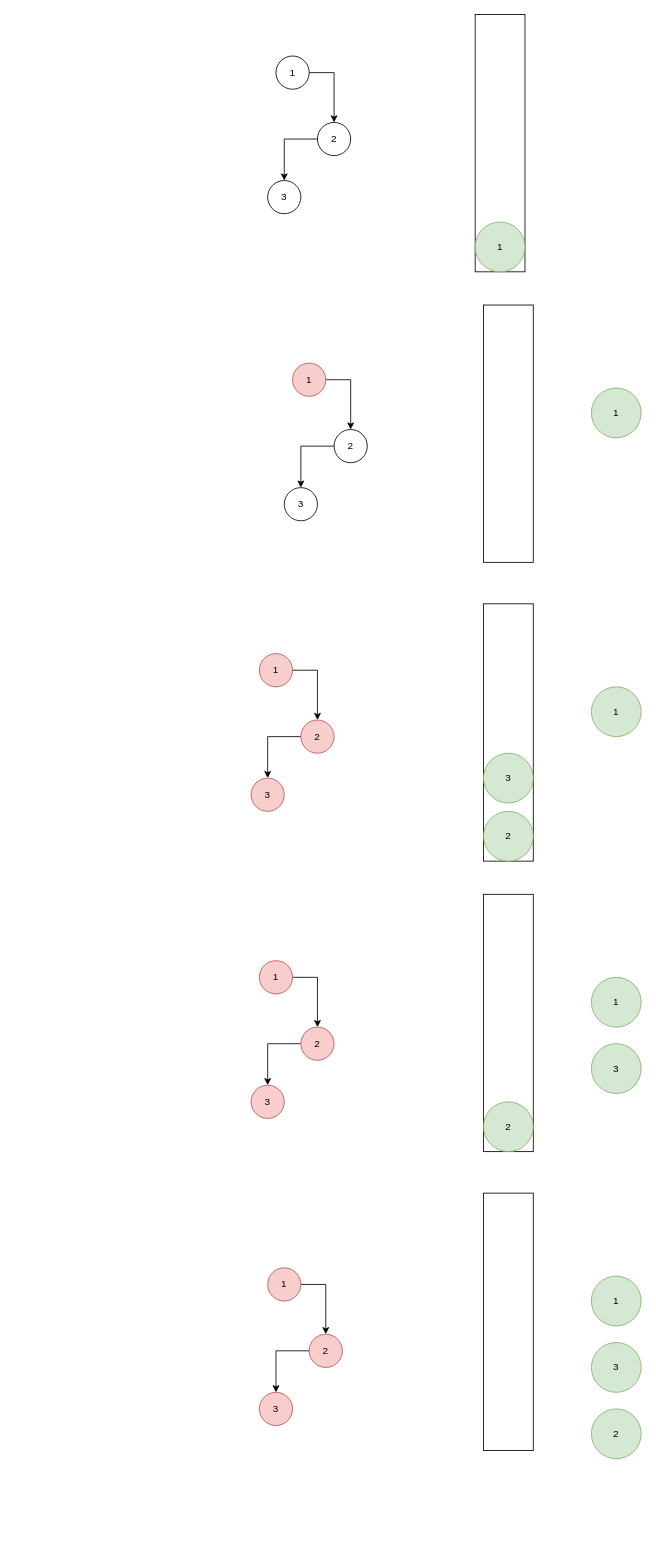
This is 二叉树的中序遍历 .drawio from xiaoguzuiniu/drawio, a draw.io file, before an edit. Source tidied: cells renumbered, new cells numbered last; positions are measured from the earlier drawing's top-left corner, leaving out a move shared by most shapes. Both pictures are drawn from the tidied source at 83%, with x=0, y=0 at pixel (251, 14).
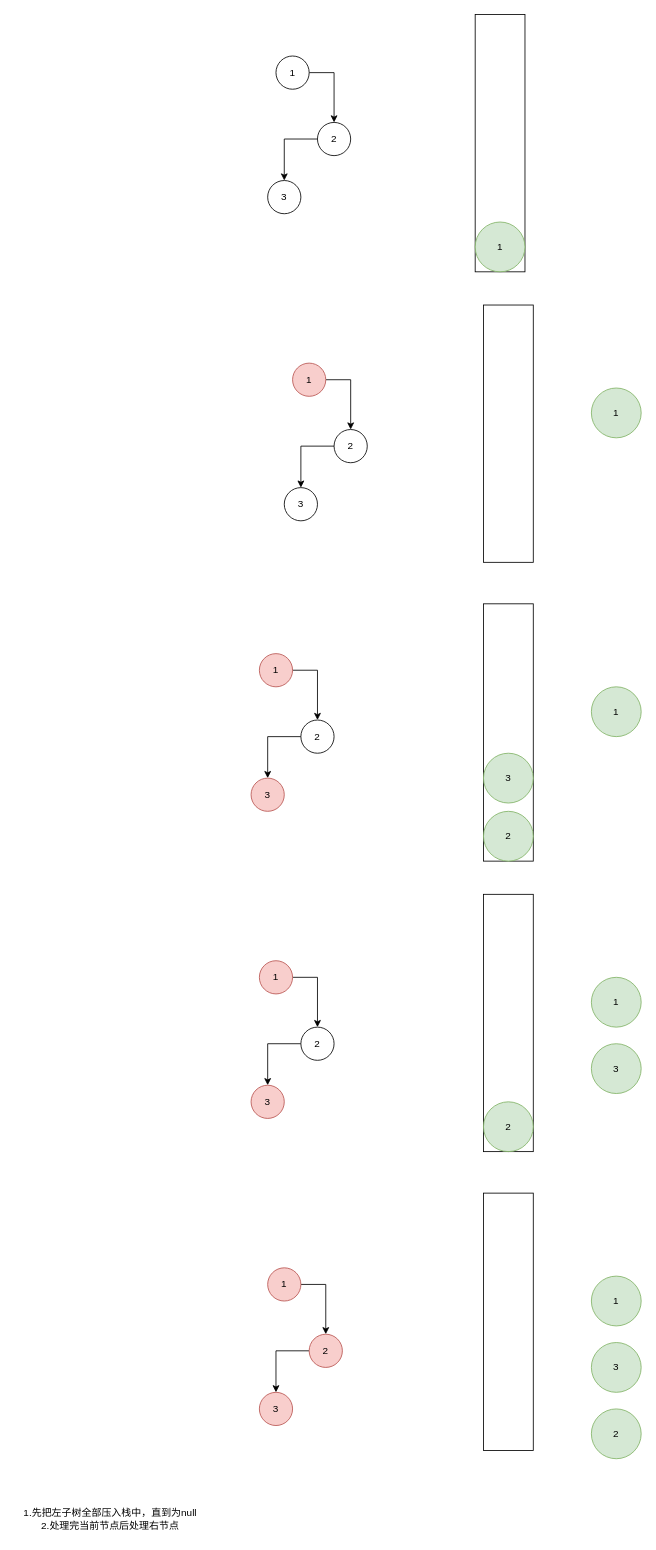
After the change.

Commit message (it also covers changes not shown here):
更新二叉树的中序遍历 .drawio

What changed in the source:
```diff
@@
-    <mxCell id="9" value="2" style="ellipse;whiteSpace=wrap;html=1;fillColor=#f8cecc;strokeColor=#b85450;" parent="1" vertex="1">
+    <mxCell id="9" value="2" style="ellipse;whiteSpace=wrap;html=1;" parent="1" vertex="1">
       <mxGeometry x="60" y="850" width="40" height="40" as="geometry" />
     </mxCell>
@@
-    <mxCell id="36" value="2" style="ellipse;whiteSpace=wrap;html=1;fillColor=#f8cecc;strokeColor=#b85450;" parent="1" vertex="1">
+    <mxCell id="36" value="2" style="ellipse;whiteSpace=wrap;html=1;" parent="1" vertex="1">
       <mxGeometry x="60" y="1220" width="40" height="40" as="geometry" />
     </mxCell>
@@
+    <mxCell id="43" value="1.先把左子树全部压入栈中，直到为null&lt;div&gt;2.处理完当前节点后处理右节点&lt;/div&gt;" style="text;html=1;align=center;verticalAlign=middle;strokeColor=none;fillColor=none;" parent="1" vertex="1">
+      <mxGeometry x="-285" y="1793" width="230" height="40" as="geometry" />
+    </mxCell>
```
